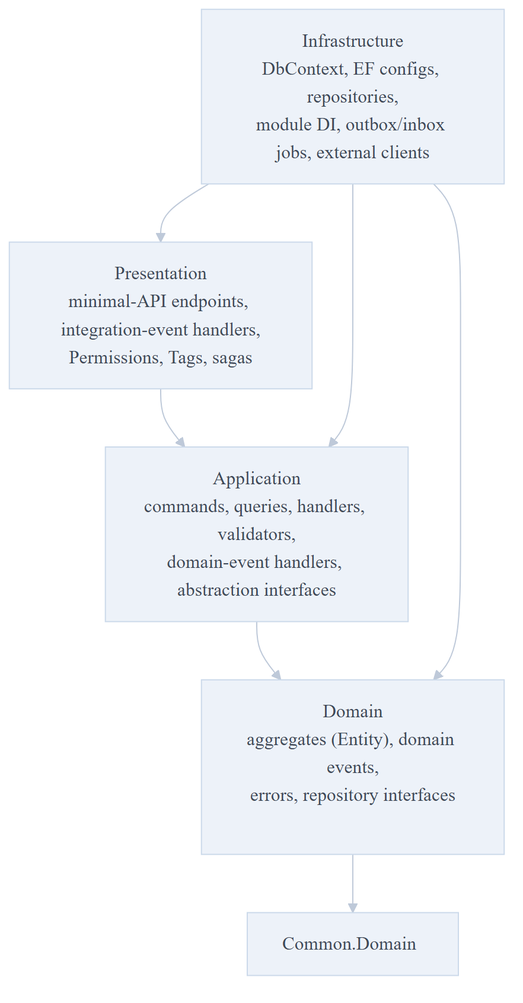
Before: docs/images/module-layering.png, a diagram exported from Mermaid (vishipayyallore/evently-engineering). Its source is kept beside it as docs/mermaid-diagrams/module-layering.mmd.
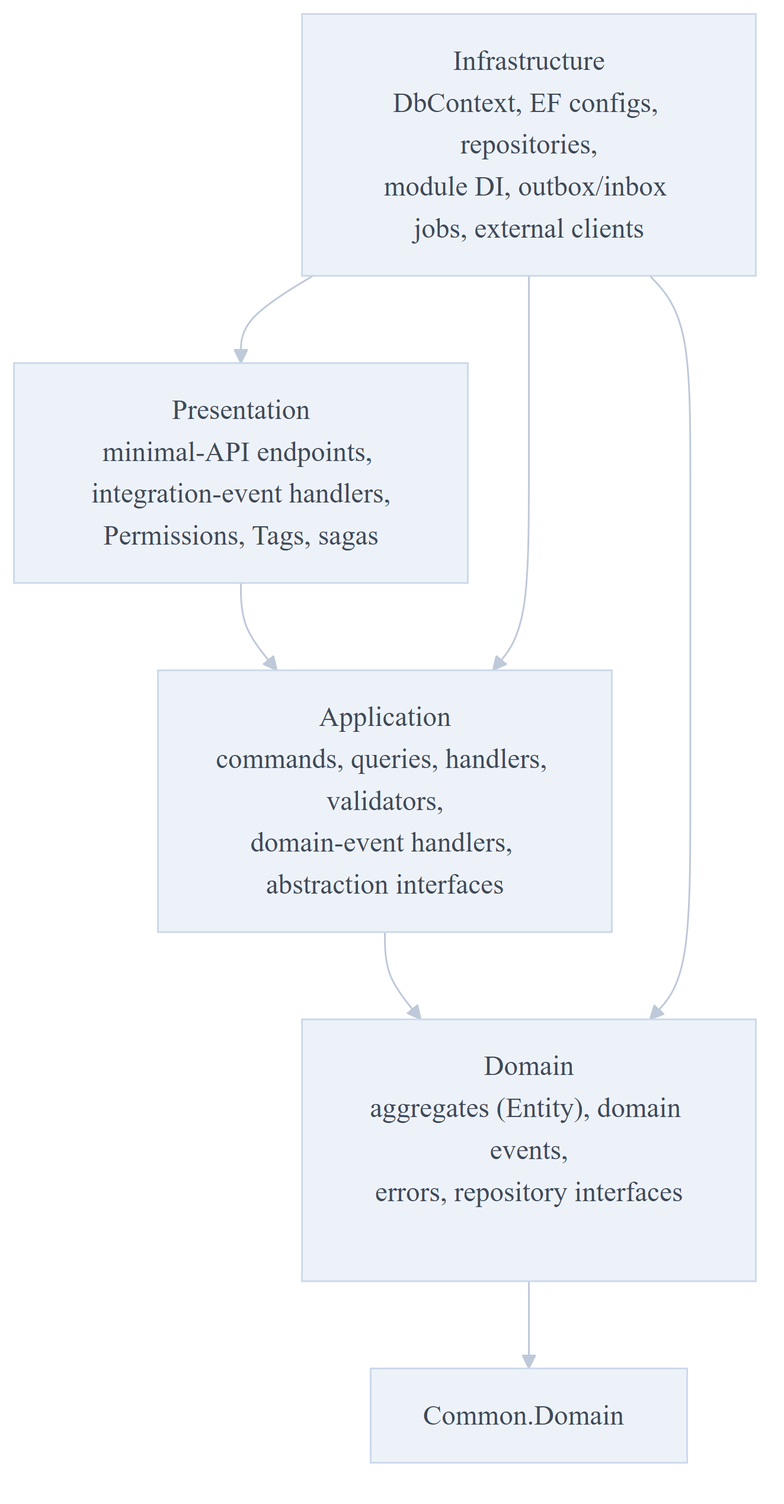
After the commit.

The edit, as a diff of the source:
```diff
@@ -14,10 +14,14 @@
     clusterBorder: "#E2E8F1"
     noteBkgColor: "#FAF7EE"
     noteBorderColor: "#E8DEC8"
-    messageTextColor: "#63707F"
+    messageTextColor: "#3F4A58"
     compositeBackground: "#F8FAFD"
     compositeTitleBackground: "#EDF2F9"
     altBackground: "#F8FAFD"
+    actorTextColor: "#3F4A58"
+    signalTextColor: "#3F4A58"
+    noteTextColor: "#3F4A58"
+    labelTextColor: "#3F4A58"
     fontFamily: "Segoe UI, Roboto, Helvetica, Arial, sans-serif"
 ---
 flowchart TB
```
